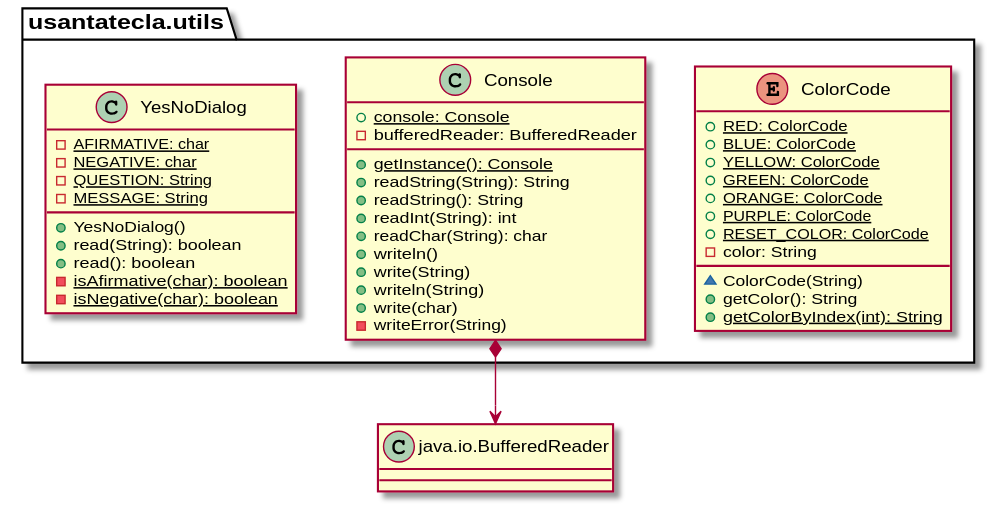
Earlier version of the PlantUML export domainModel/docs/diagrams/out/paquetes/usantatecla.utils.svg (SantaTecla-mastermind/solution.java.swing.socket.sql).
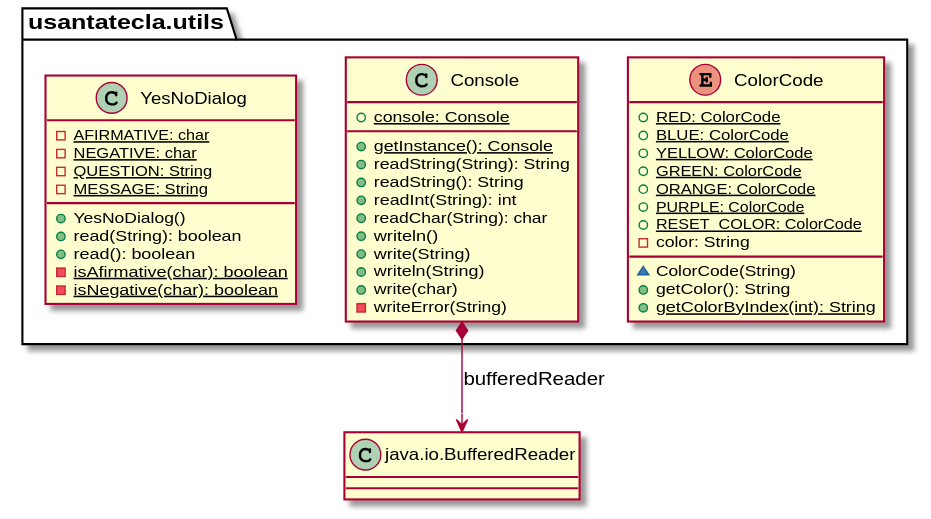
Above is the later version.

Commit message:
DomainModel diagrams finished

Diff of the diagram source:
```diff
@@ -15,7 +15,6 @@
 
 class  usantatecla.utils.Console{
 + {static} console: Console
-- bufferedReader: BufferedReader
 + {static} getInstance(): Console
 + readString(String): String
 + readString(): String
@@ -30,7 +29,7 @@
 
 class BufferedReader as "java.io.BufferedReader"
 
-usantatecla.utils.Console *-down-> BufferedReader
+usantatecla.utils.Console *-down-> BufferedReader : bufferedReader
 
 
 
```
